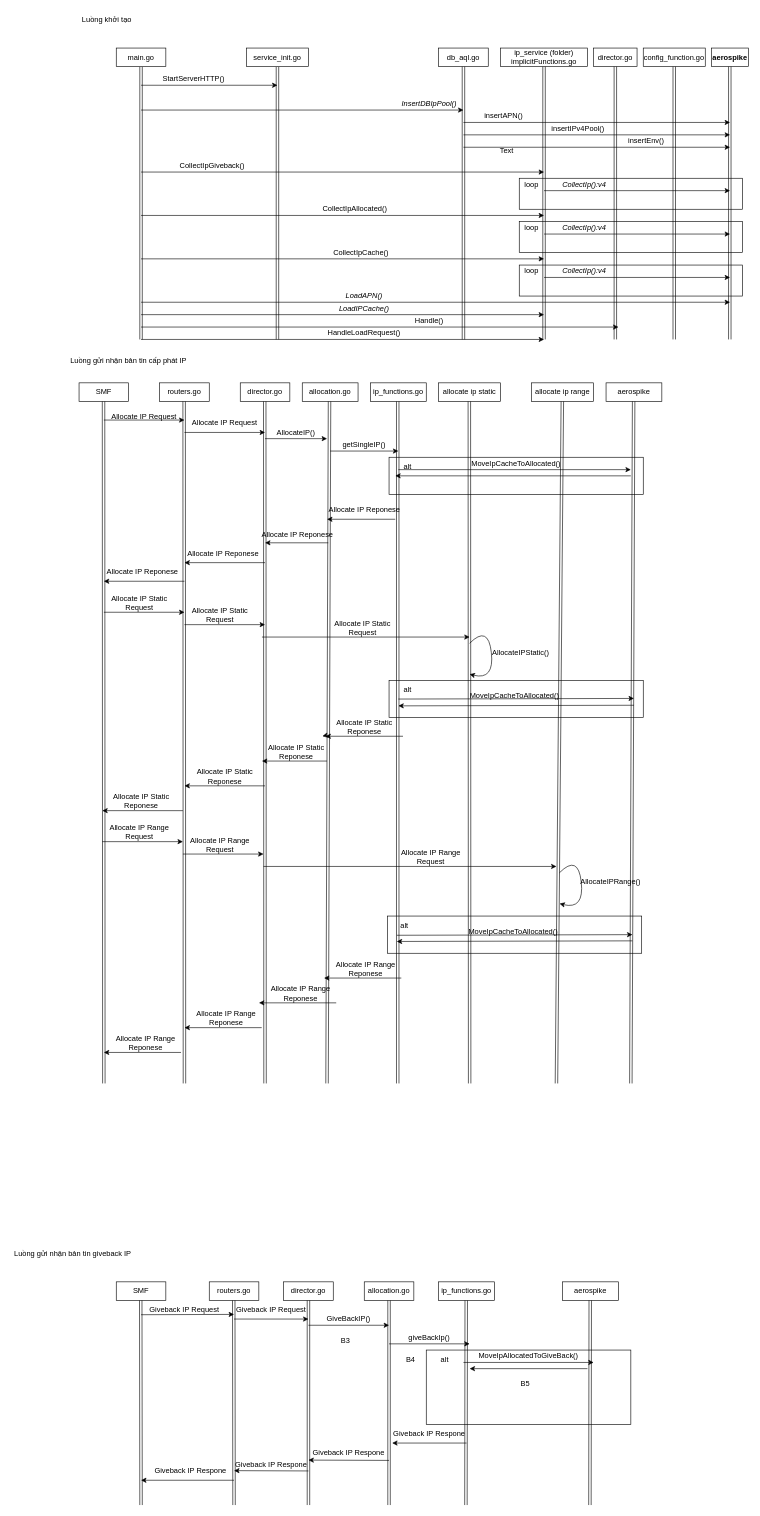
The draw.io diagram Biểu đồ không có tiêu đề.drawio in trinhmn49/Thuc_hanh_PTUDDD, before the edit. Source tidied: cells renumbered, new cells numbered last; positions are measured from the earlier drawing's top-left corner, leaving out a move shared by most shapes. Both pictures are drawn from the tidied source at 62%, with x=0, y=0 at pixel (11, 11).
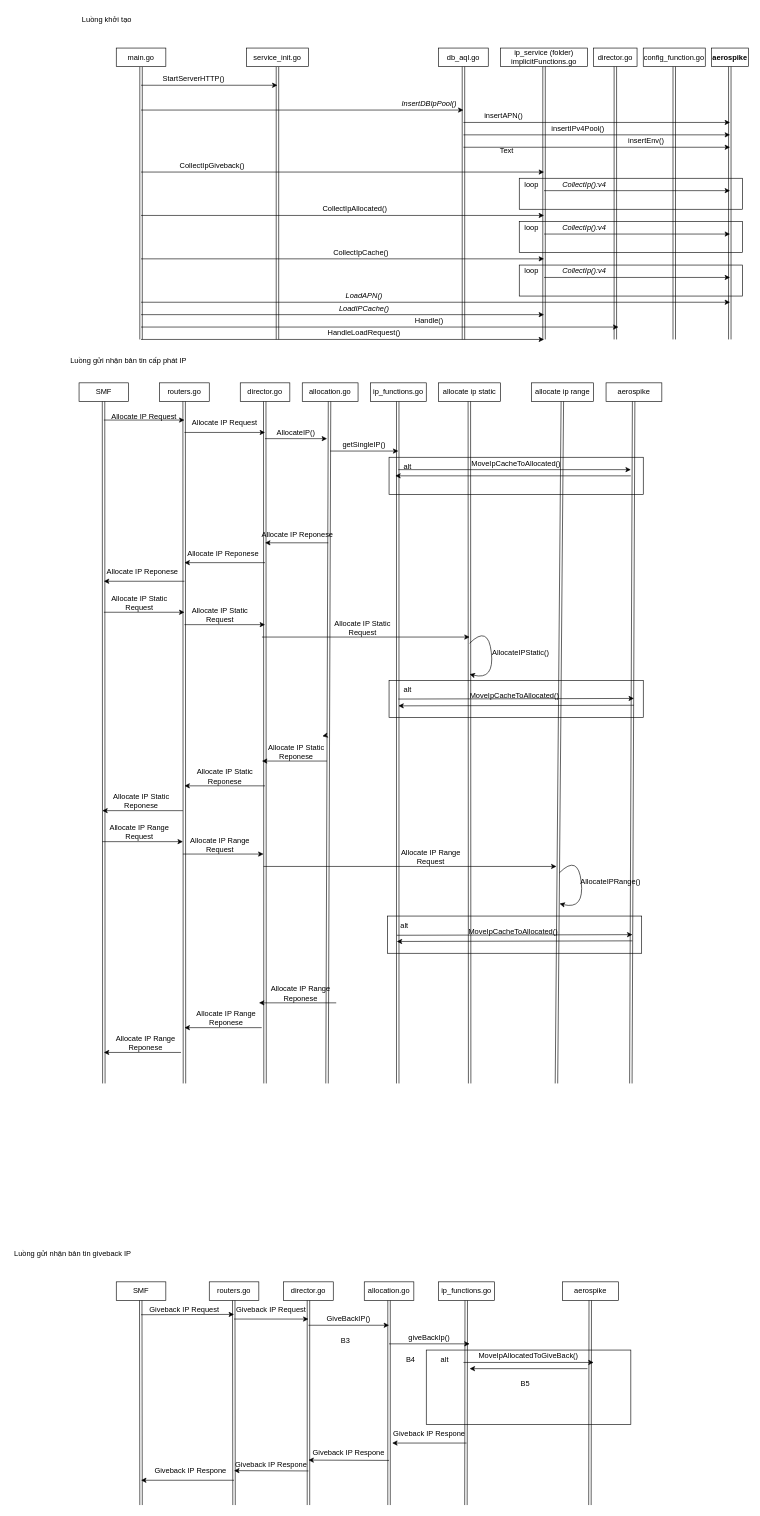
Above is the later version.

Commit message (it also covers changes not shown here):
Cập nhật Biểu đồ không có tiêu đề.drawio

What changed in the source:
```diff
@@
-    <mxCell id="122" style="endArrow=classic;html=1;rounded=0;" parent="1" edge="1">
-      <mxGeometry relative="1" as="geometry">
-        <mxPoint x="620" y="820" as="sourcePoint" />
-        <mxPoint x="510" y="820" as="targetPoint" />
-      </mxGeometry>
-    </mxCell>
-    <mxCell id="123" value="Allocate IP Reponese" style="text;html=1;strokeColor=none;fillColor=none;align=center;verticalAlign=middle;whiteSpace=wrap;rounded=0;" parent="1" vertex="1">
-      <mxGeometry x="507.5" y="790" width="125" height="30" as="geometry" />
-    </mxCell>
@@
-    <mxCell id="143" style="endArrow=classic;html=1;rounded=0;entryX=0;entryY=1;entryDx=0;entryDy=0;" parent="1" edge="1" source="148">
+    <mxCell id="143" style="endArrow=classic;html=1;rounded=0;entryX=0;entryY=1;entryDx=0;entryDy=0;" parent="1" edge="1">
       <mxGeometry relative="1" as="geometry">
+        <mxPoint x="507.5" y="1168.9" as="sourcePoint" />
         <mxPoint x="502.5" y="1170" as="targetPoint" />
       </mxGeometry>
     </mxCell>
@@
-    <mxCell id="147" style="endArrow=classic;html=1;rounded=0;entryX=0;entryY=1;entryDx=0;entryDy=0;" parent="1" edge="1" target="148">
-      <mxGeometry relative="1" as="geometry">
-        <mxPoint x="632.5" y="1170" as="sourcePoint" />
-      </mxGeometry>
-    </mxCell>
-    <mxCell id="148" value="Allocate IP Static Reponese" style="text;html=1;strokeColor=none;fillColor=none;align=center;verticalAlign=middle;whiteSpace=wrap;rounded=0;" parent="1" vertex="1">
-      <mxGeometry x="507.5" y="1140" width="125" height="30" as="geometry" />
-    </mxCell>
@@
-    <mxCell id="165" value="Allocate IP Range Reponese" style="text;html=1;strokeColor=none;fillColor=none;align=center;verticalAlign=middle;whiteSpace=wrap;rounded=0;" parent="1" vertex="1">
-      <mxGeometry x="510" y="1530" width="125" height="30" as="geometry" />
-    </mxCell>
-    <mxCell id="166" style="endArrow=classic;html=1;rounded=0;entryX=0;entryY=1;entryDx=0;entryDy=0;" parent="1" edge="1">
-      <mxGeometry relative="1" as="geometry">
-        <mxPoint x="629.8" y="1560" as="sourcePoint" />
-        <mxPoint x="505.2" y="1560" as="targetPoint" />
-      </mxGeometry>
-    </mxCell>
```
